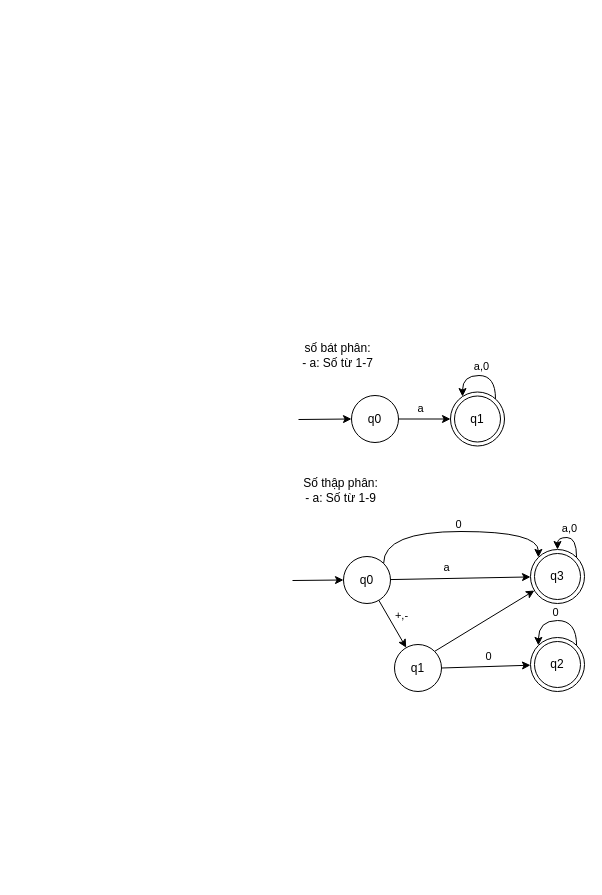
This is Kiểm chứng mô hình/Numbers.drawio from Neal005/DrawnIO, a draw.io file, before an edit. Source tidied: cells renumbered, new cells numbered last; positions are measured from the earlier drawing's top-left corner, leaving out a move shared by most shapes. Both pictures are drawn from the tidied source at 100%, with x=0, y=0 at pixel (292, 334).
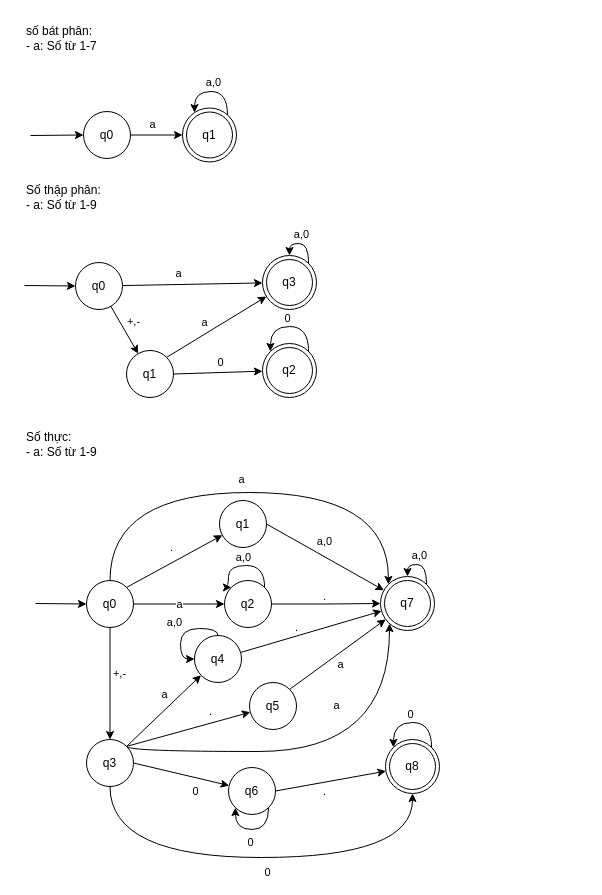
After the change.

The change refers to these unchanged cells:
```xml
<mxCell id="18" style="rounded=0;jettySize=auto;html=1;exitX=1;exitY=0;exitDx=0;exitDy=0;" parent="1" edge="1" source="21" target="23">
  <mxGeometry relative="1" as="geometry" />
</mxCell>
```

What changed in the source:
```diff
@@
     <mxCell id="4" value="q0" style="ellipse;whiteSpace=wrap;html=1;" parent="1" vertex="1">
-      <mxGeometry x="59" y="61" width="47" height="47" as="geometry" />
+      <mxGeometry x="-209" y="-223" width="47" height="47" as="geometry" />
     </mxCell>
     <mxCell id="5" style="endArrow=classic;html=1;rounded=0;" parent="1" edge="1" target="4">
       <mxGeometry relative="1" as="geometry">
-        <mxPoint x="6" y="85" as="sourcePoint" />
+        <mxPoint x="-262" y="-199" as="sourcePoint" />
       </mxGeometry>
     </mxCell>
-    <mxCell id="6" value="số bát phân:&lt;div&gt;- a: S&lt;span style=&quot;background-color: initial;&quot;&gt;ố từ 1-7&lt;/span&gt;&lt;/div&gt;" style="text;html=1;align=center;verticalAlign=middle;strokeColor=none;fillColor=none;" parent="1" vertex="1">
-      <mxGeometry width="89" height="41" as="geometry" />
+    <mxCell id="6" value="số bát phân:&lt;div&gt;- a: S&lt;span style=&quot;background-color: initial;&quot;&gt;ố từ 1-7&lt;/span&gt;&lt;/div&gt;" style="text;html=1;align=left;verticalAlign=middle;strokeColor=none;fillColor=none;" parent="1" vertex="1">
+      <mxGeometry x="-268" y="-317" width="89" height="41" as="geometry" />
     </mxCell>
     <mxCell id="7" style="edgeStyle=orthogonalEdgeStyle;rounded=0;orthogonalLoop=1;jettySize=auto;html=1;curved=1;" parent="1" edge="1" source="9" target="9">
       <mxGeometry relative="1" as="geometry">
         <Array as="points">
-          <mxPoint x="203" y="41" />
-          <mxPoint x="170" y="41" />
+          <mxPoint x="-65" y="-243" />
+          <mxPoint x="-98" y="-243" />
         </Array>
       </mxGeometry>
     </mxCell>
@@
     <mxCell id="9" value="q1" style="ellipse;shape=doubleEllipse;whiteSpace=wrap;html=1;" parent="1" vertex="1">
-      <mxGeometry x="158" y="57.5" width="54" height="54" as="geometry" />
+      <mxGeometry x="-110" y="-226.5" width="54" height="54" as="geometry" />
     </mxCell>
-    <mxCell id="10" value="Số thập phân:&lt;div&gt;- a: Số từ 1-9&lt;/div&gt;" style="text;html=1;align=center;verticalAlign=middle;strokeColor=none;fillColor=none;" parent="1" vertex="1">
-      <mxGeometry x="1" y="135" width="93" height="41" as="geometry" />
+    <mxCell id="10" value="Số thập phân:&lt;div&gt;- a: Số từ 1-9&lt;/div&gt;" style="text;html=1;align=left;verticalAlign=middle;strokeColor=none;fillColor=none;" parent="1" vertex="1">
+      <mxGeometry x="-268" y="-158" width="93" height="41" as="geometry" />
     </mxCell>
@@
-    <mxCell id="15" style="edgeStyle=orthogonalEdgeStyle;rounded=0;jettySize=auto;html=1;exitX=1;exitY=0;exitDx=0;exitDy=0;entryX=0;entryY=0;entryDx=0;entryDy=0;curved=1;" parent="1" edge="1" source="17" target="23">
-      <mxGeometry relative="1" as="geometry">
-        <Array as="points">
-          <mxPoint x="91" y="197" />
-          <mxPoint x="246" y="197" />
-        </Array>
-      </mxGeometry>
-    </mxCell>
-    <mxCell id="16" value="0" style="edgeLabel;html=1;align=center;verticalAlign=middle;" parent="15" vertex="1">
-      <mxGeometry x="0.07" y="2" relative="1" as="geometry">
-        <mxPoint x="-8" y="-6" as="offset" />
-      </mxGeometry>
-    </mxCell>
     <mxCell id="17" value="q0" style="ellipse;whiteSpace=wrap;html=1;" parent="1" vertex="1">
-      <mxGeometry x="51" y="222" width="47" height="47" as="geometry" />
+      <mxGeometry x="-217" y="-72" width="47" height="47" as="geometry" />
     </mxCell>
@@
+    <mxCell id="29" value="a" style="edgeLabel;html=1;align=center;verticalAlign=middle;" parent="18" vertex="1">
+      <mxGeometry x="-0.12" relative="1" as="geometry">
+        <mxPoint x="-6" y="-9" as="offset" />
+      </mxGeometry>
+    </mxCell>
@@
     <mxCell id="21" value="q1" style="ellipse;whiteSpace=wrap;html=1;" parent="1" vertex="1">
-      <mxGeometry x="102" y="310" width="47" height="47" as="geometry" />
+      <mxGeometry x="-166" y="16" width="47" height="47" as="geometry" />
     </mxCell>
     <mxCell id="22" style="endArrow=classic;html=1;rounded=0;" parent="1" edge="1" target="17">
       <mxGeometry relative="1" as="geometry">
-        <mxPoint y="246" as="sourcePoint" />
+        <mxPoint x="-268" y="-49" as="sourcePoint" />
       </mxGeometry>
     </mxCell>
     <mxCell id="23" value="q3" style="ellipse;shape=doubleEllipse;whiteSpace=wrap;html=1;" parent="1" vertex="1">
-      <mxGeometry x="238" y="215" width="54" height="54" as="geometry" />
+      <mxGeometry x="-30" y="-79" width="54" height="54" as="geometry" />
     </mxCell>
     <mxCell id="24" value="q2" style="ellipse;shape=doubleEllipse;whiteSpace=wrap;html=1;" parent="1" vertex="1">
-      <mxGeometry x="238" y="303" width="54" height="54" as="geometry" />
+      <mxGeometry x="-30" y="9" width="54" height="54" as="geometry" />
     </mxCell>
     <mxCell id="25" style="edgeStyle=orthogonalEdgeStyle;rounded=0;orthogonalLoop=1;jettySize=auto;html=1;exitX=1;exitY=0;exitDx=0;exitDy=0;curved=1;entryX=0.5;entryY=0;entryDx=0;entryDy=0;" parent="1" edge="1" source="23" target="23">
       <mxGeometry relative="1" as="geometry">
         <Array as="points">
-          <mxPoint x="284" y="203" />
-          <mxPoint x="265" y="203" />
+          <mxPoint x="16" y="-91" />
+          <mxPoint x="-3" y="-91" />
         </Array>
       </mxGeometry>
     </mxCell>
@@
     <mxCell id="27" style="edgeStyle=orthogonalEdgeStyle;rounded=0;orthogonalLoop=1;jettySize=auto;html=1;exitX=1;exitY=0;exitDx=0;exitDy=0;curved=1;entryX=0;entryY=0;entryDx=0;entryDy=0;" parent="1" edge="1" source="24" target="24">
       <mxGeometry relative="1" as="geometry">
         <Array as="points">
-          <mxPoint x="284" y="286" />
-          <mxPoint x="246" y="286" />
+          <mxPoint x="16" y="-8" />
+          <mxPoint x="-22" y="-8" />
         </Array>
       </mxGeometry>
     </mxCell>
@@
+    <mxCell id="30" value="Số thực:&lt;div&gt;- a: Số từ 1-9&lt;/div&gt;" style="text;html=1;align=left;verticalAlign=middle;strokeColor=none;fillColor=none;" parent="1" vertex="1">
+      <mxGeometry x="-268" y="89" width="89" height="41" as="geometry" />
+    </mxCell>
+    <mxCell id="31" style="rounded=0;jettySize=auto;html=1;" parent="1" edge="1" source="39" target="50">
+      <mxGeometry relative="1" as="geometry" />
+    </mxCell>
+    <mxCell id="32" value="+,-" style="edgeLabel;html=1;align=center;verticalAlign=middle;" parent="31" vertex="1">
+      <mxGeometry x="-0.06" y="-1" relative="1" as="geometry">
+        <mxPoint x="10" y="-8" as="offset" />
+      </mxGeometry>
+    </mxCell>
+    <mxCell id="33" style="rounded=0;jettySize=auto;html=1;edgeStyle=orthogonalEdgeStyle;curved=1;entryX=0;entryY=0;entryDx=0;entryDy=0;" parent="1" edge="1" source="39" target="52">
+      <mxGeometry relative="1" as="geometry">
+        <Array as="points">
+          <mxPoint x="-182" y="158" />
+          <mxPoint x="96" y="158" />
+        </Array>
+      </mxGeometry>
+    </mxCell>
+    <mxCell id="34" value="a" style="edgeLabel;html=1;align=center;verticalAlign=middle;" parent="33" vertex="1">
+      <mxGeometry x="-0.12" relative="1" as="geometry">
+        <mxPoint x="17" y="-14" as="offset" />
+      </mxGeometry>
+    </mxCell>
+    <mxCell id="35" style="edgeStyle=orthogonalEdgeStyle;rounded=0;jettySize=auto;html=1;exitX=1;exitY=0.5;exitDx=0;exitDy=0;" parent="1" edge="1" source="39" target="60">
+      <mxGeometry relative="1" as="geometry" />
+    </mxCell>
+    <mxCell id="36" value="a" style="edgeLabel;html=1;align=center;verticalAlign=middle;" parent="35" vertex="1">
+      <mxGeometry x="-0.01" y="1" relative="1" as="geometry">
+        <mxPoint y="1" as="offset" />
+      </mxGeometry>
+    </mxCell>
+    <mxCell id="37" style="rounded=0;jettySize=auto;html=1;exitX=1;exitY=0;exitDx=0;exitDy=0;" parent="1" edge="1" source="39" target="69">
+      <mxGeometry relative="1" as="geometry" />
+    </mxCell>
+    <mxCell id="38" value="." style="edgeLabel;html=1;align=center;verticalAlign=middle;" parent="37" vertex="1">
+      <mxGeometry x="0.13" y="-2" relative="1" as="geometry">
+        <mxPoint x="-11" y="-12" as="offset" />
+      </mxGeometry>
+    </mxCell>
+    <mxCell id="39" value="q0" style="ellipse;whiteSpace=wrap;html=1;" parent="1" vertex="1">
+      <mxGeometry x="-206" y="246" width="47" height="47" as="geometry" />
+    </mxCell>
+    <mxCell id="40" style="rounded=0;jettySize=auto;html=1;exitX=1;exitY=0;exitDx=0;exitDy=0;edgeStyle=orthogonalEdgeStyle;curved=1;" parent="1" edge="1" source="50" target="52">
+      <mxGeometry relative="1" as="geometry">
+        <Array as="points">
+          <mxPoint x="97" y="417" />
+        </Array>
+      </mxGeometry>
+    </mxCell>
+    <mxCell id="41" value="a" style="edgeLabel;html=1;align=center;verticalAlign=middle;" parent="40" vertex="1">
+      <mxGeometry x="-0.12" relative="1" as="geometry">
+        <mxPoint x="41" y="-47" as="offset" />
+      </mxGeometry>
+    </mxCell>
+    <mxCell id="42" style="rounded=0;jettySize=auto;html=1;edgeStyle=orthogonalEdgeStyle;curved=1;exitX=0.5;exitY=1;exitDx=0;exitDy=0;" parent="1" edge="1" source="50" target="53">
+      <mxGeometry relative="1" as="geometry">
+        <Array as="points">
+          <mxPoint x="-182" y="523" />
+          <mxPoint x="120" y="523" />
+        </Array>
+      </mxGeometry>
+    </mxCell>
+    <mxCell id="43" value="0" style="edgeLabel;html=1;align=center;verticalAlign=middle;" parent="42" vertex="1">
+      <mxGeometry x="-0.11" y="-1" relative="1" as="geometry">
+        <mxPoint x="33" y="13" as="offset" />
+      </mxGeometry>
+    </mxCell>
+    <mxCell id="44" style="rounded=0;jettySize=auto;html=1;exitX=1;exitY=0;exitDx=0;exitDy=0;" parent="1" edge="1" source="50" target="63">
+      <mxGeometry relative="1" as="geometry" />
+    </mxCell>
+    <mxCell id="45" value="a" style="edgeLabel;html=1;align=center;verticalAlign=middle;" parent="44" vertex="1">
+      <mxGeometry x="0.14" y="-4" relative="1" as="geometry">
+        <mxPoint x="-8" y="-14" as="offset" />
+      </mxGeometry>
+    </mxCell>
+    <mxCell id="46" style="rounded=0;jettySize=auto;html=1;exitX=1;exitY=0.5;exitDx=0;exitDy=0;" parent="1" edge="1" source="50" target="66">
+      <mxGeometry relative="1" as="geometry" />
+    </mxCell>
+    <mxCell id="47" value="0" style="edgeLabel;html=1;align=center;verticalAlign=middle;" parent="46" vertex="1">
+      <mxGeometry x="0.16" y="-2" relative="1" as="geometry">
+        <mxPoint x="6" y="13" as="offset" />
+      </mxGeometry>
+    </mxCell>
+    <mxCell id="48" style="rounded=0;jettySize=auto;html=1;exitX=1;exitY=0;exitDx=0;exitDy=0;" parent="1" edge="1" source="50" target="72">
+      <mxGeometry relative="1" as="geometry" />
+    </mxCell>
+    <mxCell id="49" value="." style="edgeLabel;html=1;align=center;verticalAlign=middle;" parent="48" vertex="1">
+      <mxGeometry x="0.4" y="-2" relative="1" as="geometry">
+        <mxPoint x="-4" y="-13" as="offset" />
+      </mxGeometry>
+    </mxCell>
+    <mxCell id="50" value="q3" style="ellipse;whiteSpace=wrap;html=1;" parent="1" vertex="1">
+      <mxGeometry x="-206" y="405" width="47" height="47" as="geometry" />
+    </mxCell>
+    <mxCell id="51" style="endArrow=classic;html=1;rounded=0;" parent="1" edge="1" target="39">
+      <mxGeometry relative="1" as="geometry">
+        <mxPoint x="-257" y="269" as="sourcePoint" />
+      </mxGeometry>
+    </mxCell>
+    <mxCell id="52" value="q7" style="ellipse;shape=doubleEllipse;whiteSpace=wrap;html=1;" parent="1" vertex="1">
+      <mxGeometry x="88" y="242" width="54" height="54" as="geometry" />
+    </mxCell>
+    <mxCell id="53" value="q8" style="ellipse;shape=doubleEllipse;whiteSpace=wrap;html=1;" parent="1" vertex="1">
+      <mxGeometry x="93" y="405" width="54" height="54" as="geometry" />
+    </mxCell>
+    <mxCell id="54" style="edgeStyle=orthogonalEdgeStyle;rounded=0;orthogonalLoop=1;jettySize=auto;html=1;exitX=1;exitY=0;exitDx=0;exitDy=0;curved=1;entryX=0.5;entryY=0;entryDx=0;entryDy=0;" parent="1" edge="1" source="52" target="52">
+      <mxGeometry relative="1" as="geometry">
+        <Array as="points">
+          <mxPoint x="134" y="230" />
+          <mxPoint x="115" y="230" />
+        </Array>
+      </mxGeometry>
+    </mxCell>
+    <mxCell id="55" value="a,0" style="edgeLabel;html=1;align=center;verticalAlign=middle;" parent="54" vertex="1">
+      <mxGeometry x="0.1" relative="1" as="geometry">
+        <mxPoint y="-10" as="offset" />
+      </mxGeometry>
+    </mxCell>
+    <mxCell id="56" style="edgeStyle=orthogonalEdgeStyle;rounded=0;orthogonalLoop=1;jettySize=auto;html=1;exitX=1;exitY=0;exitDx=0;exitDy=0;curved=1;entryX=0;entryY=0;entryDx=0;entryDy=0;" parent="1" edge="1" source="53" target="53">
+      <mxGeometry relative="1" as="geometry">
+        <Array as="points">
+          <mxPoint x="139" y="388" />
+          <mxPoint x="101" y="388" />
+        </Array>
+      </mxGeometry>
+    </mxCell>
+    <mxCell id="57" value="0" style="edgeLabel;html=1;align=center;verticalAlign=middle;" parent="56" vertex="1">
+      <mxGeometry x="-0.05" relative="1" as="geometry">
+        <mxPoint x="-5" y="-9" as="offset" />
+      </mxGeometry>
+    </mxCell>
+    <mxCell id="58" style="edgeStyle=orthogonalEdgeStyle;rounded=0;jettySize=auto;html=1;exitX=1;exitY=0.5;exitDx=0;exitDy=0;" parent="1" edge="1" source="60" target="52">
+      <mxGeometry relative="1" as="geometry" />
+    </mxCell>
+    <mxCell id="59" value="." style="edgeLabel;html=1;align=center;verticalAlign=middle;" parent="58" vertex="1">
+      <mxGeometry x="-0.01" relative="1" as="geometry">
+        <mxPoint x="-2" y="-8" as="offset" />
+      </mxGeometry>
+    </mxCell>
+    <mxCell id="60" value="q2" style="ellipse;whiteSpace=wrap;html=1;" parent="1" vertex="1">
+      <mxGeometry x="-68" y="246" width="47" height="47" as="geometry" />
+    </mxCell>
+    <mxCell id="61" style="rounded=0;jettySize=auto;html=1;" parent="1" edge="1" source="63" target="52">
+      <mxGeometry relative="1" as="geometry" />
+    </mxCell>
+    <mxCell id="62" value="." style="edgeLabel;html=1;align=center;verticalAlign=middle;" parent="61" vertex="1">
+      <mxGeometry x="-0.11" y="-5" relative="1" as="geometry">
+        <mxPoint x="-8" y="-12" as="offset" />
+      </mxGeometry>
+    </mxCell>
+    <mxCell id="63" value="q4" style="ellipse;whiteSpace=wrap;html=1;" parent="1" vertex="1">
+      <mxGeometry x="-98" y="301" width="47" height="47" as="geometry" />
+    </mxCell>
+    <mxCell id="64" style="rounded=0;jettySize=auto;html=1;exitX=1;exitY=0.5;exitDx=0;exitDy=0;" parent="1" edge="1" source="66" target="53">
+      <mxGeometry relative="1" as="geometry" />
+    </mxCell>
+    <mxCell id="65" value="." style="edgeLabel;html=1;align=center;verticalAlign=middle;" parent="64" vertex="1">
+      <mxGeometry x="-0.1" relative="1" as="geometry">
+        <mxPoint x="-1" y="9" as="offset" />
+      </mxGeometry>
+    </mxCell>
+    <mxCell id="66" value="q6" style="ellipse;whiteSpace=wrap;html=1;" parent="1" vertex="1">
+      <mxGeometry x="-64" y="433" width="47" height="47" as="geometry" />
+    </mxCell>
+    <mxCell id="67" style="rounded=0;jettySize=auto;html=1;exitX=1;exitY=0.5;exitDx=0;exitDy=0;" parent="1" edge="1" source="69" target="52">
+      <mxGeometry relative="1" as="geometry" />
+    </mxCell>
+    <mxCell id="68" value="a,0" style="edgeLabel;html=1;align=center;verticalAlign=middle;" parent="67" vertex="1">
+      <mxGeometry x="-0.18" y="1" relative="1" as="geometry">
+        <mxPoint x="9" y="-9" as="offset" />
+      </mxGeometry>
+    </mxCell>
+    <mxCell id="69" value="q1" style="ellipse;whiteSpace=wrap;html=1;" parent="1" vertex="1">
+      <mxGeometry x="-73" y="166" width="47" height="47" as="geometry" />
+    </mxCell>
+    <mxCell id="70" style="rounded=0;jettySize=auto;html=1;exitX=1;exitY=0;exitDx=0;exitDy=0;" parent="1" edge="1" source="72" target="52">
+      <mxGeometry relative="1" as="geometry" />
+    </mxCell>
+    <mxCell id="71" value="a" style="edgeLabel;html=1;align=center;verticalAlign=middle;" parent="70" vertex="1">
+      <mxGeometry x="-0.23" y="-1" relative="1" as="geometry">
+        <mxPoint x="13" y="1" as="offset" />
+      </mxGeometry>
+    </mxCell>
+    <mxCell id="72" value="q5" style="ellipse;whiteSpace=wrap;html=1;" parent="1" vertex="1">
+      <mxGeometry x="-43" y="348" width="47" height="47" as="geometry" />
+    </mxCell>
+    <mxCell id="73" style="edgeStyle=orthogonalEdgeStyle;rounded=0;orthogonalLoop=1;jettySize=auto;html=1;exitX=1;exitY=0;exitDx=0;exitDy=0;curved=1;entryX=0;entryY=0;entryDx=0;entryDy=0;" parent="1" edge="1" source="60" target="60">
+      <mxGeometry relative="1" as="geometry">
+        <Array as="points">
+          <mxPoint x="-28" y="231" />
+          <mxPoint x="-64" y="231" />
+          <mxPoint x="-64" y="253" />
+        </Array>
+      </mxGeometry>
+    </mxCell>
+    <mxCell id="74" value="a,0" style="edgeLabel;html=1;align=center;verticalAlign=middle;" parent="73" vertex="1">
+      <mxGeometry x="-0.01" y="-2" relative="1" as="geometry">
+        <mxPoint x="-2" y="-7" as="offset" />
+      </mxGeometry>
+    </mxCell>
+    <mxCell id="75" style="edgeStyle=orthogonalEdgeStyle;rounded=0;orthogonalLoop=1;jettySize=auto;html=1;exitX=0.5;exitY=0;exitDx=0;exitDy=0;entryX=0;entryY=0.5;entryDx=0;entryDy=0;curved=1;" parent="1" edge="1" source="63" target="63">
+      <mxGeometry relative="1" as="geometry">
+        <Array as="points">
+          <mxPoint x="-74" y="294" />
+          <mxPoint x="-112" y="294" />
+          <mxPoint x="-112" y="325" />
+        </Array>
+      </mxGeometry>
+    </mxCell>
+    <mxCell id="76" value="a,0" style="edgeLabel;html=1;align=center;verticalAlign=middle;" parent="75" vertex="1">
+      <mxGeometry x="0.09" y="4" relative="1" as="geometry">
+        <mxPoint x="-11" y="-11" as="offset" />
+      </mxGeometry>
+    </mxCell>
+    <mxCell id="77" style="edgeStyle=orthogonalEdgeStyle;rounded=0;orthogonalLoop=1;jettySize=auto;html=1;exitX=1;exitY=1;exitDx=0;exitDy=0;entryX=0;entryY=1;entryDx=0;entryDy=0;curved=1;" parent="1" edge="1" source="66" target="66">
+      <mxGeometry relative="1" as="geometry">
+        <Array as="points">
+          <mxPoint x="-24" y="495" />
+          <mxPoint x="-57" y="495" />
+        </Array>
+      </mxGeometry>
+    </mxCell>
+    <mxCell id="78" value="0" style="edgeLabel;html=1;align=center;verticalAlign=middle;" parent="77" vertex="1">
+      <mxGeometry x="0.04" y="-1" relative="1" as="geometry">
+        <mxPoint y="13" as="offset" />
+      </mxGeometry>
+    </mxCell>
```
